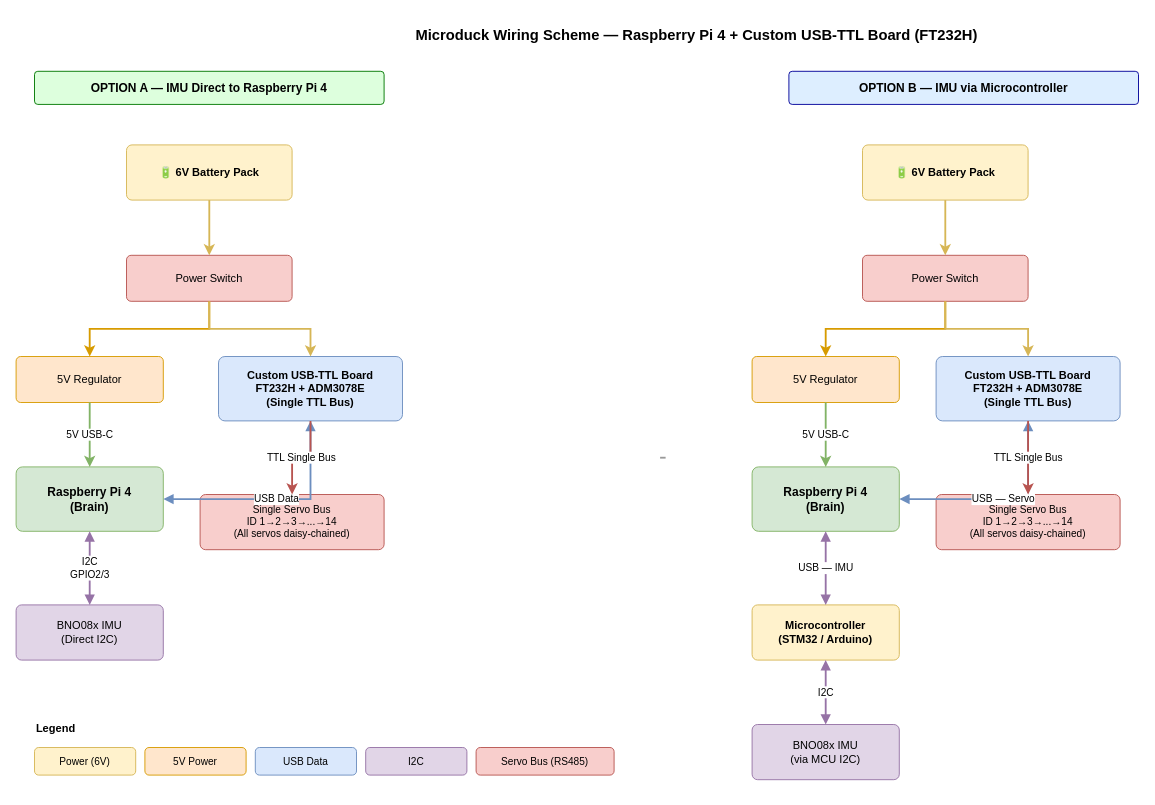
This is hardware/diagrams/wiring_scheme.drawio from RomdhoniZidane20/Microduck_companion_project, a draw.io file, before an edit. Source tidied: cells renumbered, new cells numbered last; positions are measured from the earlier drawing's top-left corner, leaving out a move shared by most shapes. Both pictures are drawn from the tidied source at 92%, with x=0, y=0 at pixel (16, 16).
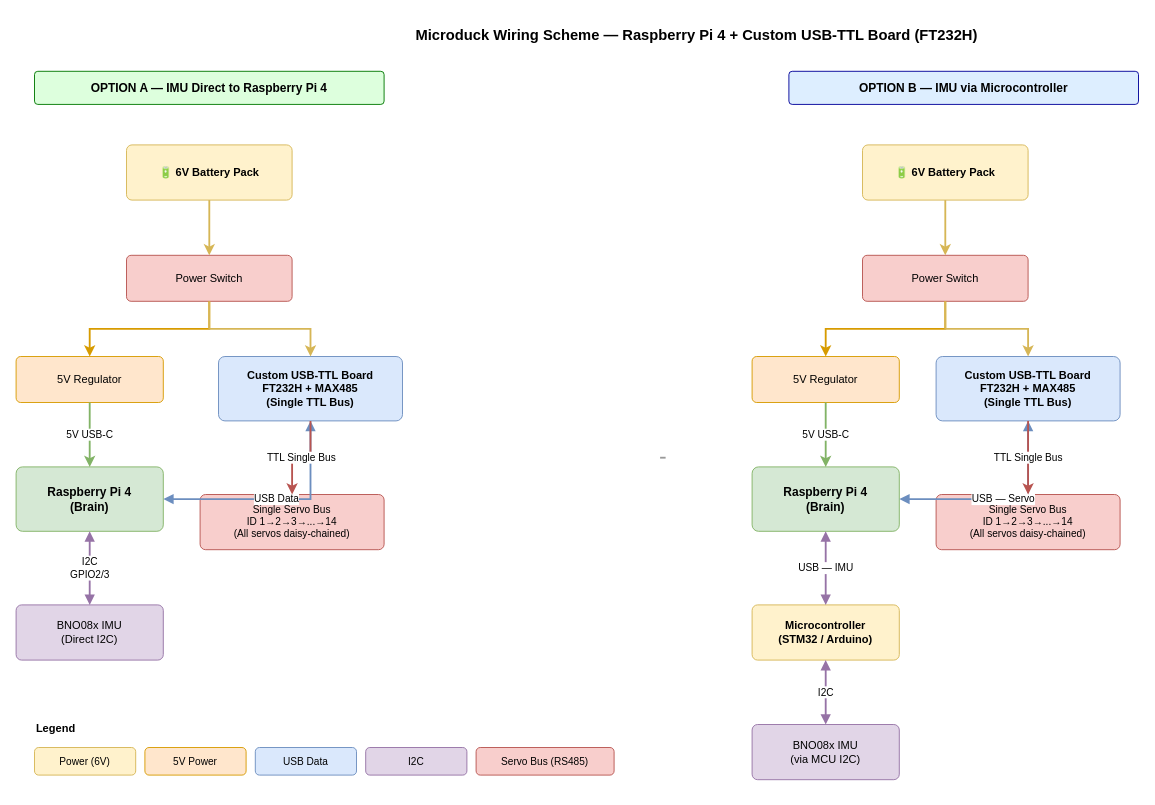
After the change.

Commit message:
Fix wiring diagram: replace ADM3078E with MAX485

Change to the diagram source:
```diff
@@
-    <mxCell id="9" value="Custom USB-TTL Board&#10;FT232H + ADM3078E&#10;(Single TTL Bus)" style="rounded=1;whiteSpace=wrap;html=1;fillColor=#dae8fc;strokeColor=#6c8ebf;fontSize=12;fontStyle=1;arcSize=10;" parent="1" vertex="1">
+    <mxCell id="9" value="Custom USB-TTL Board&#10;FT232H + MAX485&#10;(Single TTL Bus)" style="rounded=1;whiteSpace=wrap;html=1;fillColor=#dae8fc;strokeColor=#6c8ebf;fontSize=12;fontStyle=1;arcSize=10;" parent="1" vertex="1">
       <mxGeometry x="220" y="370" width="200" height="70" as="geometry" />
     </mxCell>
@@
-    <mxCell id="23" value="Custom USB-TTL Board&#10;FT232H + ADM3078E&#10;(Single TTL Bus)" style="rounded=1;whiteSpace=wrap;html=1;fillColor=#dae8fc;strokeColor=#6c8ebf;fontSize=12;fontStyle=1;arcSize=10;" parent="1" vertex="1">
+    <mxCell id="23" value="Custom USB-TTL Board&#10;FT232H + MAX485&#10;(Single TTL Bus)" style="rounded=1;whiteSpace=wrap;html=1;fillColor=#dae8fc;strokeColor=#6c8ebf;fontSize=12;fontStyle=1;arcSize=10;" parent="1" vertex="1">
       <mxGeometry x="1000" y="370" width="200" height="70" as="geometry" />
     </mxCell>
```
